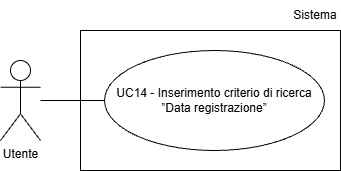
Above: assets/Use_Case_Diagrams/UC14.png in Team-Three-Technologies/Documenti (draw.io), before the change. Source tidied: cells renumbered, new cells last; positions are measured from the earlier drawing's top-left corner, leaving out a move shared by most shapes. Source of this version:
```xml
<mxGraphModel>
  <root>
    <mxCell id="0" />
    <mxCell id="1" parent="0" />
    <mxCell id="2" value="Utente" style="shape=umlActor;verticalLabelPosition=bottom;verticalAlign=top;html=1;" parent="1" vertex="1">
      <mxGeometry y="60" width="40" height="80" as="geometry" />
    </mxCell>
    <mxCell id="3" value="UC14 - Inserimento criterio di ricerca ”Data registrazione”" style="ellipse;whiteSpace=wrap;html=1;align=center;" parent="1" vertex="1">
      <mxGeometry x="104" y="50" width="220" height="100" as="geometry" />
    </mxCell>
    <mxCell id="4" style="endArrow=none;html=1;rounded=0;entryX=0;entryY=0.5;entryDx=0;entryDy=0;" parent="1" edge="1" target="3">
      <mxGeometry relative="1" as="geometry">
        <mxPoint x="40" y="100" as="sourcePoint" />
      </mxGeometry>
    </mxCell>
    <mxCell id="5" style="rounded=0;whiteSpace=wrap;html=1;fillColor=none;" parent="1" vertex="1">
      <mxGeometry x="80" y="30" width="260" height="140" as="geometry" />
    </mxCell>
    <mxCell id="6" value="Sistema" style="text;html=1;whiteSpace=wrap;strokeColor=none;fillColor=none;align=center;verticalAlign=middle;rounded=0;" parent="1" vertex="1">
      <mxGeometry x="290" width="50" height="30" as="geometry" />
    </mxCell>
  </root>
</mxGraphModel>
```
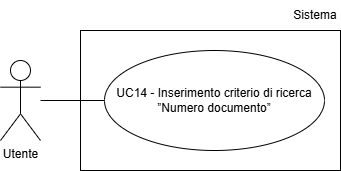
Later version of the same file.

The edit, as a diff of the source:
```diff
@@ -5,14 +5,14 @@
     <mxCell id="2" value="Utente" style="shape=umlActor;verticalLabelPosition=bottom;verticalAlign=top;html=1;" parent="1" vertex="1">
       <mxGeometry y="60" width="40" height="80" as="geometry" />
     </mxCell>
-    <mxCell id="3" value="UC14 - Inserimento criterio di ricerca ”Data registrazione”" style="ellipse;whiteSpace=wrap;html=1;align=center;" parent="1" vertex="1">
-      <mxGeometry x="104" y="50" width="220" height="100" as="geometry" />
-    </mxCell>
-    <mxCell id="4" style="endArrow=none;html=1;rounded=0;entryX=0;entryY=0.5;entryDx=0;entryDy=0;" parent="1" edge="1" target="3">
-      <mxGeometry relative="1" as="geometry">
-        <mxPoint x="40" y="100" as="sourcePoint" />
-      </mxGeometry>
-    </mxCell>
+    <mxCell id="7" value="UC14 - Inserimento criterio di ricerca ”Numero documento”" style="ellipse;whiteSpace=wrap;html=1;align=center;" parent="1" vertex="1">
+      <mxGeometry x="104" y="50" width="220" height="100" as="geometry" />
+    </mxCell>
+    <mxCell id="8" style="endArrow=none;html=1;rounded=0;entryX=0;entryY=0.5;entryDx=0;entryDy=0;" parent="1" edge="1" target="7">
+      <mxGeometry relative="1" as="geometry">
+        <mxPoint x="40" y="100" as="sourcePoint" />
+      </mxGeometry>
+    </mxCell>
     <mxCell id="5" style="rounded=0;whiteSpace=wrap;html=1;fillColor=none;" parent="1" vertex="1">
       <mxGeometry x="80" y="30" width="260" height="140" as="geometry" />
     </mxCell>
```
